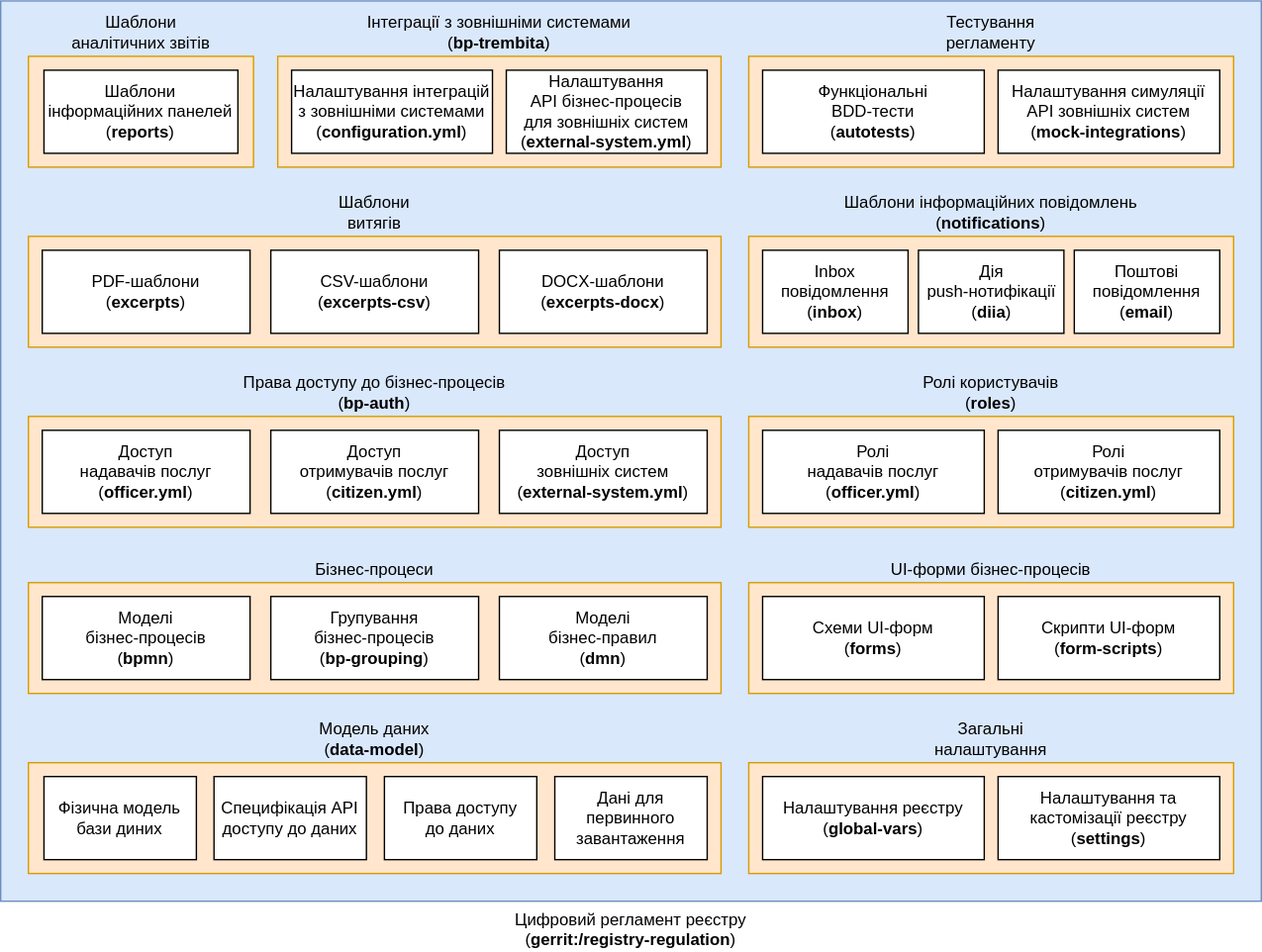
Earlier version of the draw.io export docs/ua/modules/arch/images/architecture/registry/administrative/regulation-management/registry-regulation/regulation-structure.svg (epam/edp-ddm-architecture). Source tidied: cells renumbered, new cells last; positions are measured from the earlier drawing's top-left corner, leaving out a move shared by most shapes.
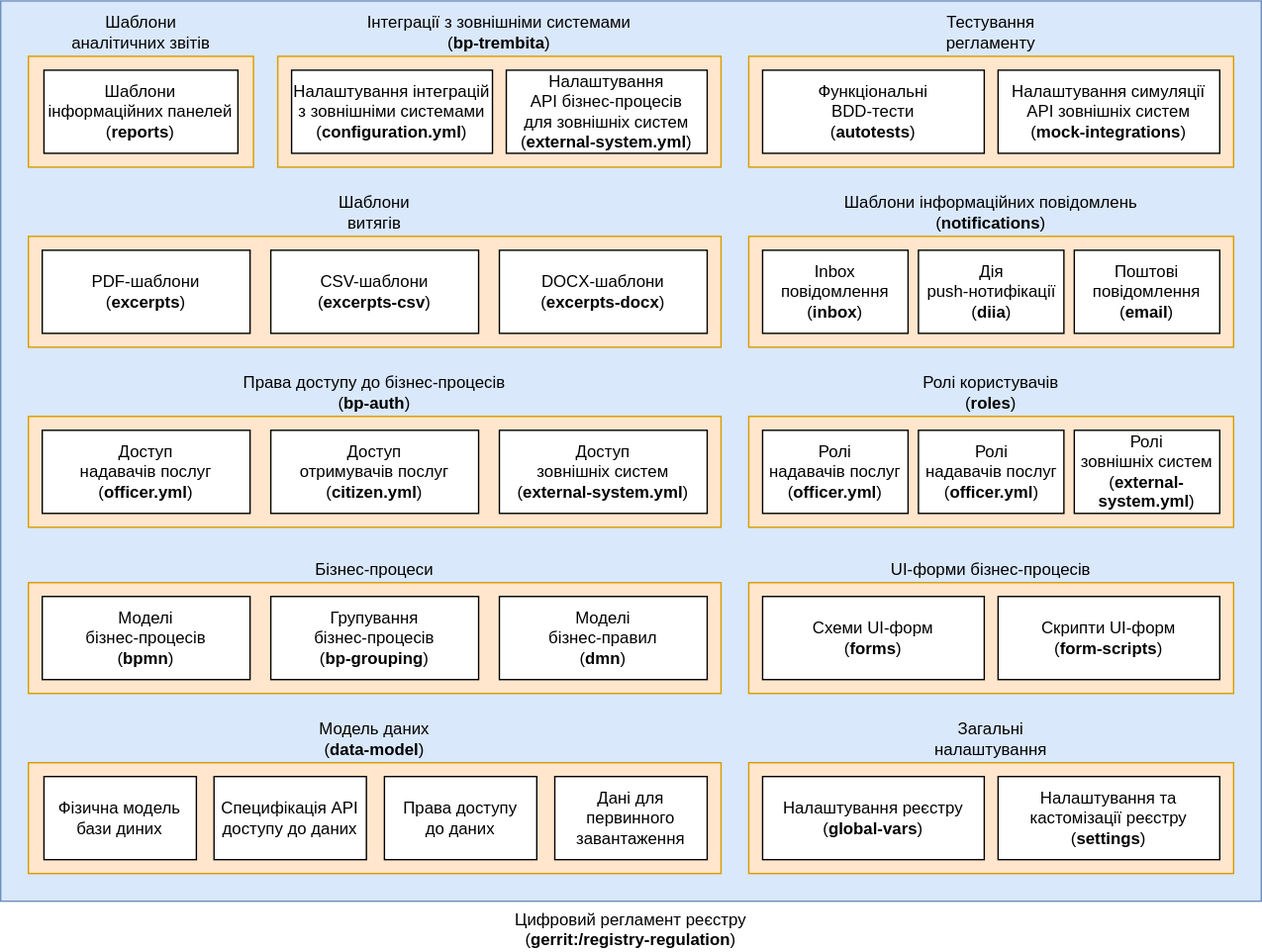
After the commit.

What changed in the source:
```diff
@@ -105,10 +105,10 @@
       <mxGeometry x="540" y="300" width="350" height="80" as="geometry" />
     </mxCell>
     <mxCell id="36" value="Ролі&lt;br&gt;надавачів послуг&lt;br&gt;(&lt;b&gt;officer.yml&lt;/b&gt;)" style="rounded=0;whiteSpace=wrap;html=1;" parent="1" vertex="1">
-      <mxGeometry x="550" y="310" width="160" height="60" as="geometry" />
+      <mxGeometry x="550" y="310" width="105" height="60" as="geometry" />
     </mxCell>
-    <mxCell id="37" value="Ролі&lt;br&gt;отримувачів послуг&lt;br&gt;(&lt;b&gt;citizen.yml&lt;/b&gt;)" style="rounded=0;whiteSpace=wrap;html=1;" parent="1" vertex="1">
-      <mxGeometry x="720" y="310" width="160" height="60" as="geometry" />
+    <mxCell id="37" value="Ролі&lt;br&gt;зовнішніх систем&lt;br&gt;(&lt;b&gt;external-system.yml&lt;/b&gt;)" style="rounded=0;whiteSpace=wrap;html=1;" parent="1" vertex="1">
+      <mxGeometry x="775" y="310" width="105" height="60" as="geometry" />
     </mxCell>
     <mxCell id="38" value="Специфікація API доступу до даних" style="rounded=0;whiteSpace=wrap;html=1;" parent="1" vertex="1">
       <mxGeometry x="154" y="560" width="110" height="60" as="geometry" />
@@ -119,5 +119,8 @@
     <mxCell id="40" value="Дані для первинного завантаження" style="rounded=0;whiteSpace=wrap;html=1;" parent="1" vertex="1">
       <mxGeometry x="400" y="560" width="110" height="60" as="geometry" />
     </mxCell>
+    <mxCell id="41" value="Ролі&lt;br&gt;надавачів послуг&lt;br&gt;(&lt;b&gt;officer.yml&lt;/b&gt;)" style="rounded=0;whiteSpace=wrap;html=1;" parent="1" vertex="1">
+      <mxGeometry x="662.5" y="310" width="105" height="60" as="geometry" />
+    </mxCell>
   </root>
 </mxGraphModel>
```
